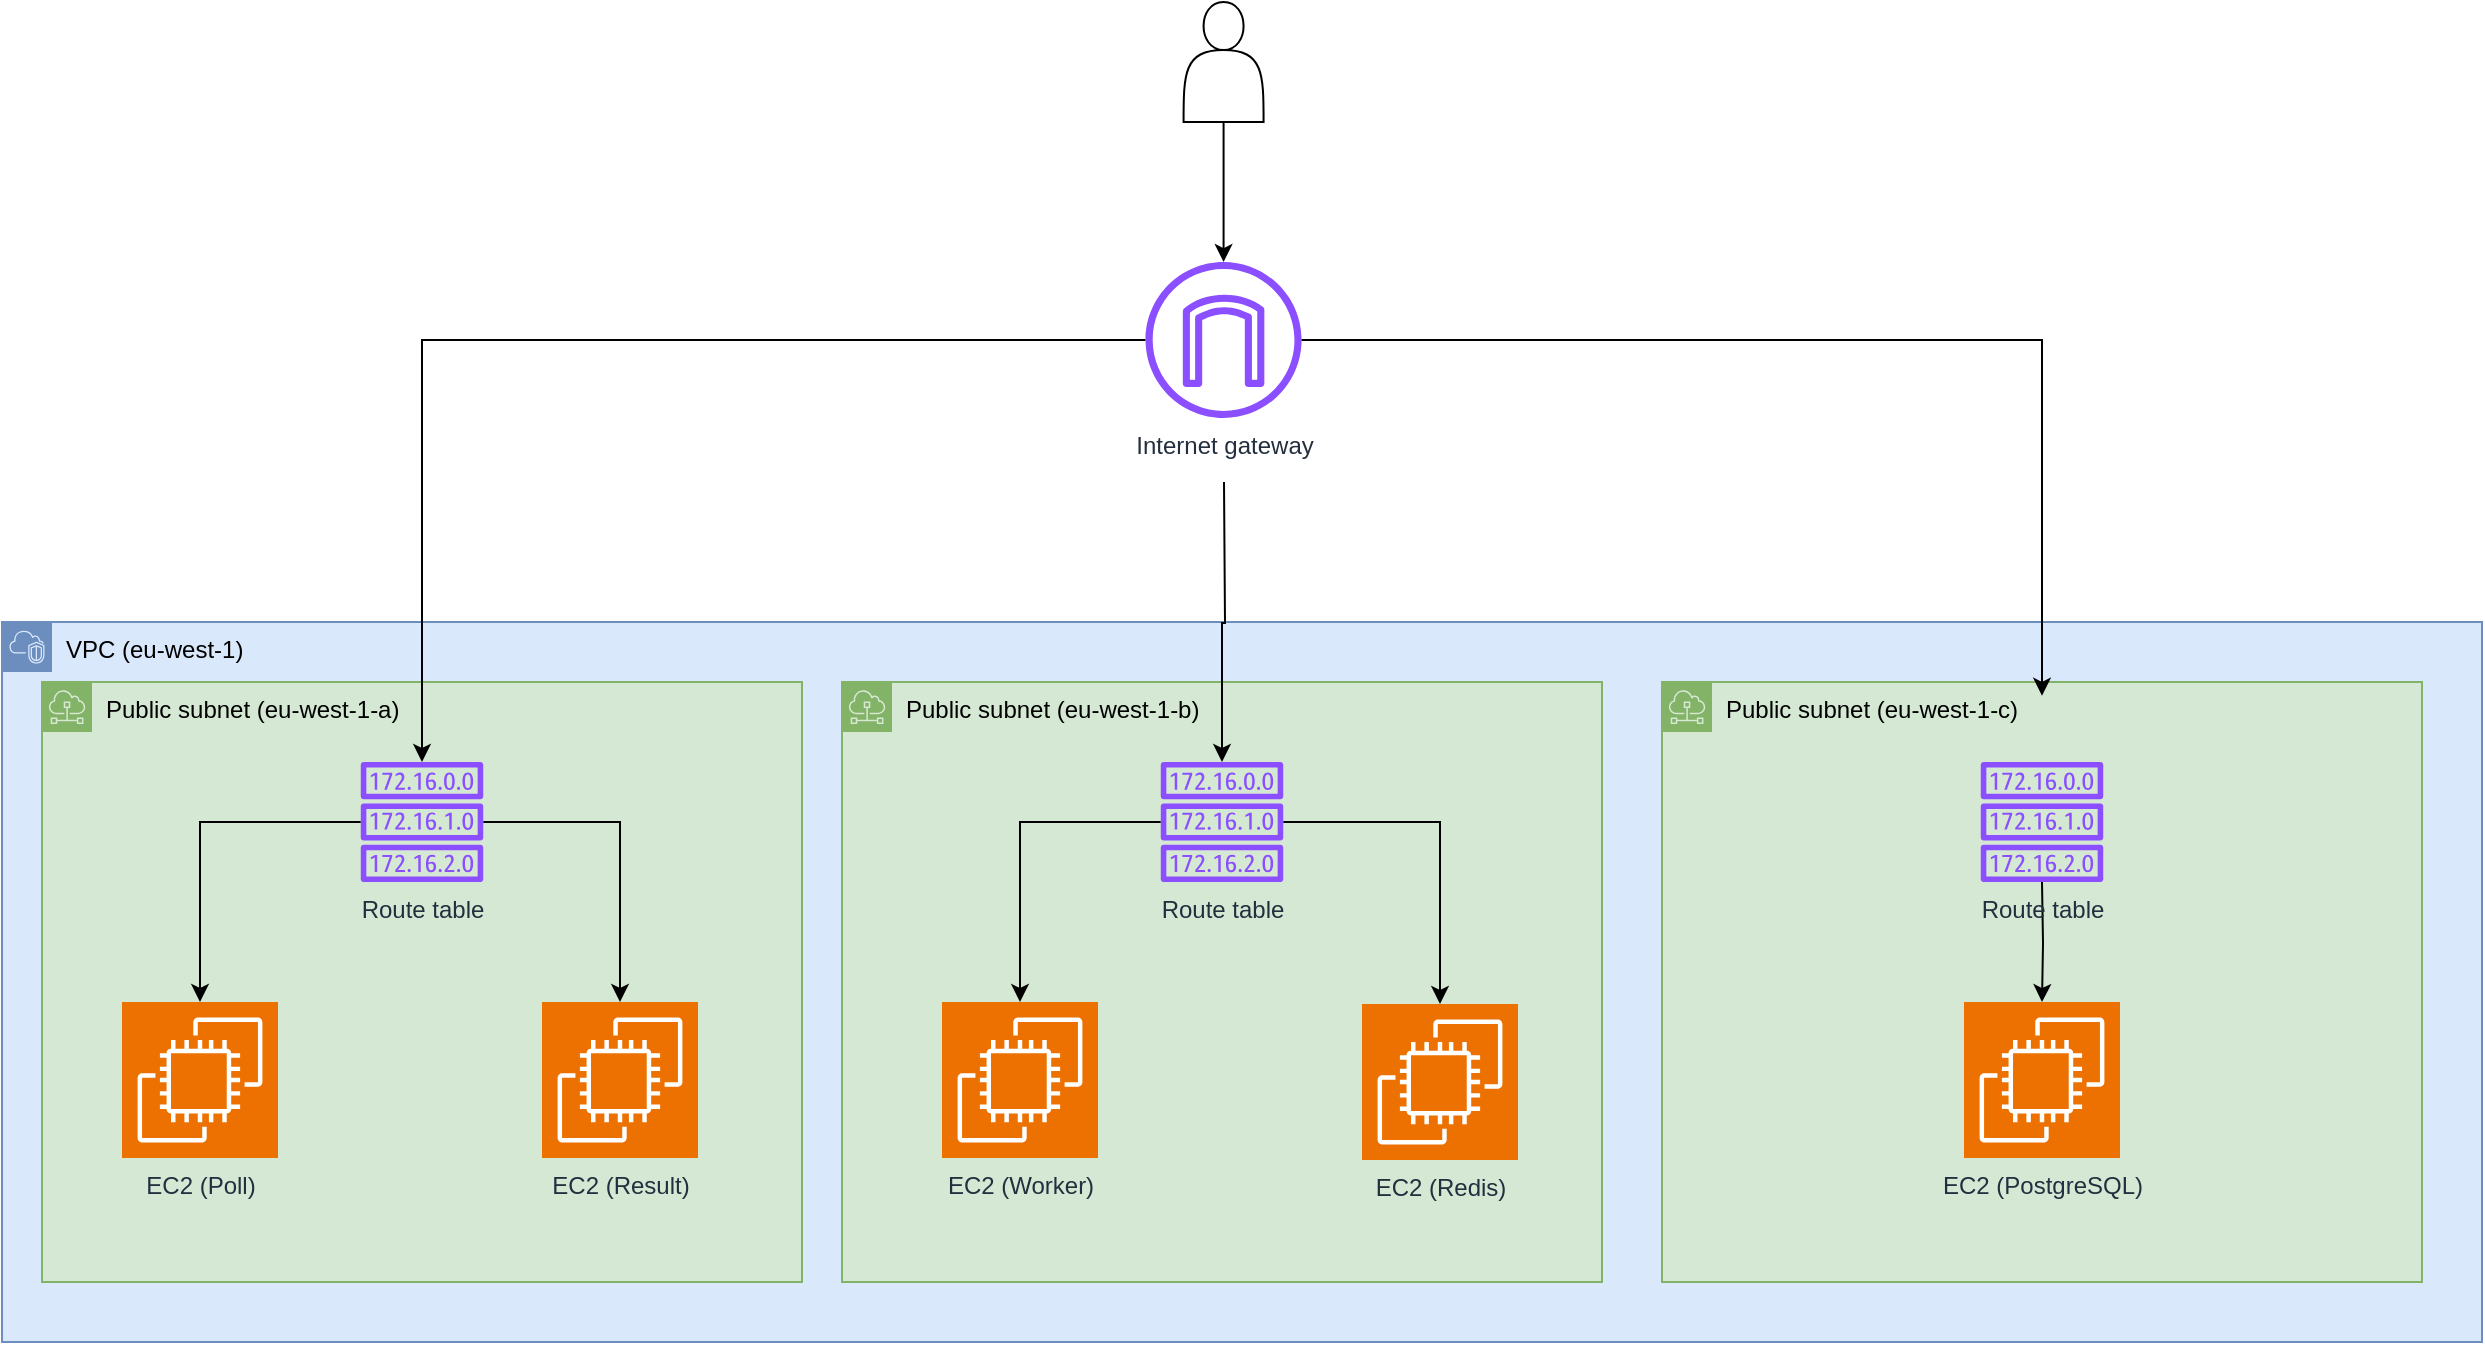
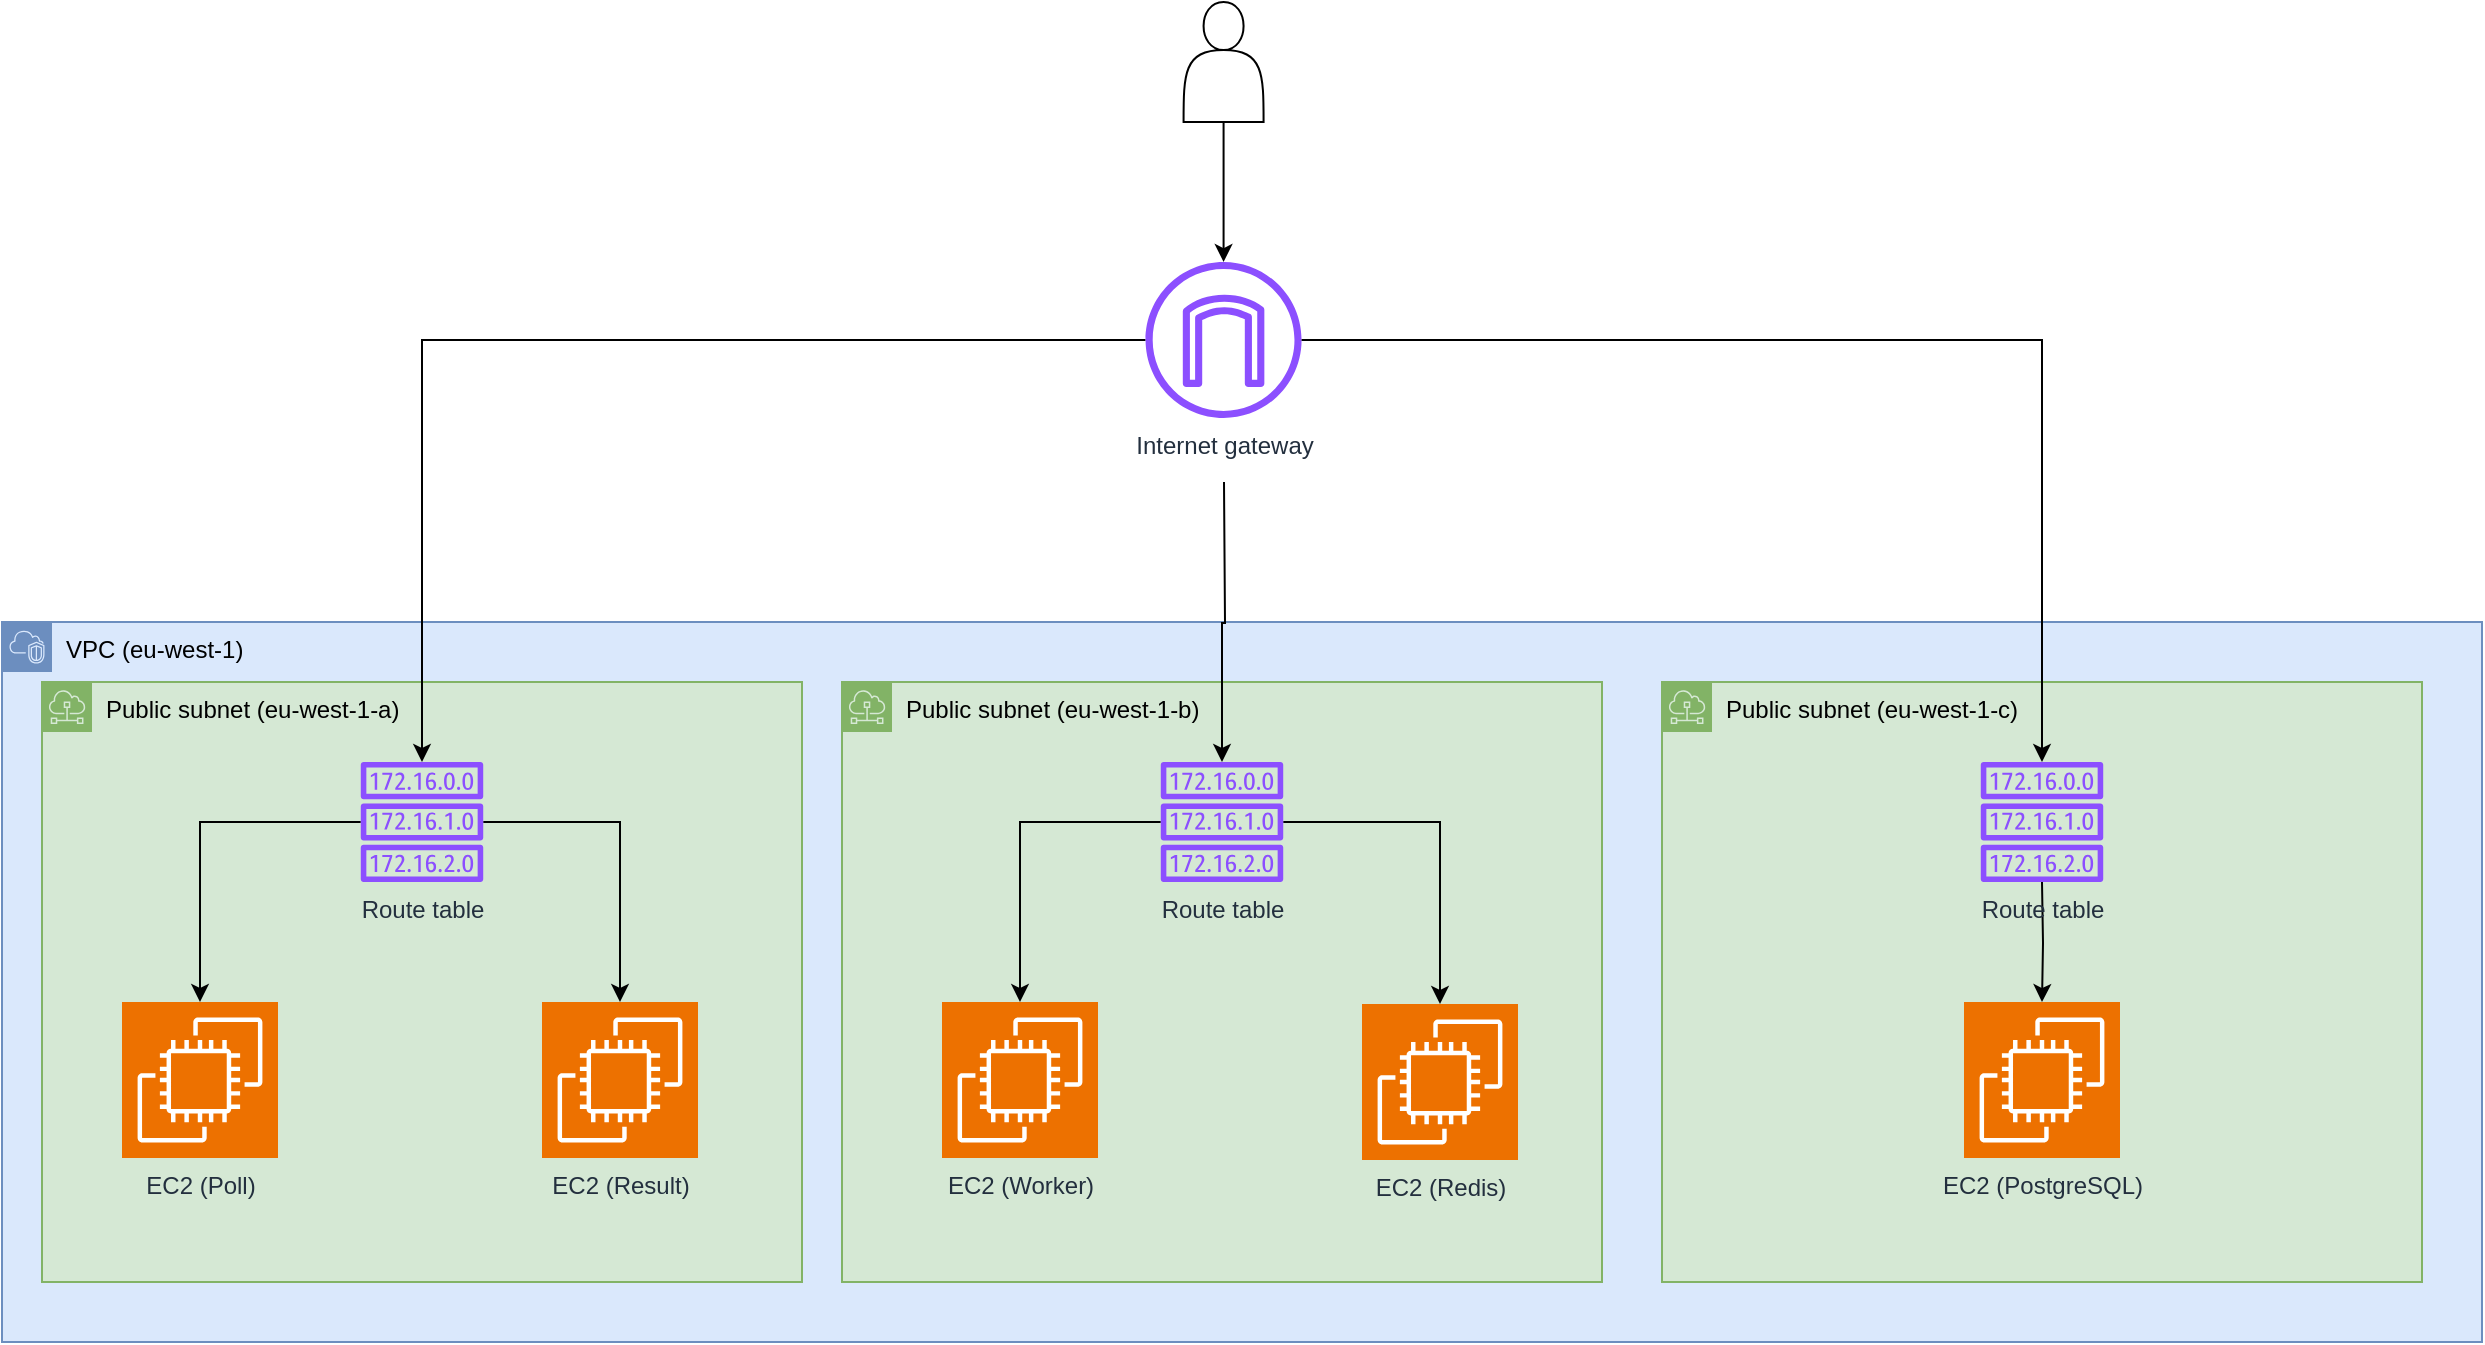
<mxfile host="Electron" agent="Mozilla/5.0 (Macintosh; Intel Mac OS X 10_15_7) AppleWebKit/537.36 (KHTML, like Gecko) draw.io/24.7.17 Chrome/128.0.6613.36 Electron/32.0.1 Safari/537.36" version="24.7.17">
  <diagram id="uaPEtDMqS3Db3zMSUb6X" name="Page-1">
-     <mxGraphModel dx="1938" dy="1209" grid="1" gridSize="10" guides="1" tooltips="1" connect="1" arrows="1" fold="1" page="1" pageScale="1" pageWidth="1900" pageHeight="1300" math="0" shadow="0">
+     <mxGraphModel dx="1314" dy="929" grid="1" gridSize="10" guides="1" tooltips="1" connect="1" arrows="1" fold="1" page="1" pageScale="1" pageWidth="1900" pageHeight="1300" math="0" shadow="0">
      <root>
        <mxCell id="0" />
        <mxCell id="1" parent="0" />
-         <mxCell id="W86YpSfUJKFcUIWwecVj-28" value="VPC (eu-west-1)" style="points=[[0,0],[0.25,0],[0.5,0],[0.75,0],[1,0],[1,0.25],[1,0.5],[1,0.75],[1,1],[0.75,1],[0.5,1],[0.25,1],[0,1],[0,0.75],[0,0.5],[0,0.25]];outlineConnect=0;html=1;whiteSpace=wrap;fontSize=12;fontStyle=0;container=1;pointerEvents=0;collapsible=0;recursiveResize=0;shape=mxgraph.aws4.group;grIcon=mxgraph.aws4.group_vpc2;strokeColor=#6c8ebf;fillColor=#dae8fc;verticalAlign=top;align=left;spacingLeft=30;dashed=0;" vertex="1" parent="1">
+         <mxCell id="W86YpSfUJKFcUIWwecVj-28" value="VPC (eu-west-1)" style="points=[[0,0],[0.25,0],[0.5,0],[0.75,0],[1,0],[1,0.25],[1,0.5],[1,0.75],[1,1],[0.75,1],[0.5,1],[0.25,1],[0,1],[0,0.75],[0,0.5],[0,0.25]];outlineConnect=0;html=1;whiteSpace=wrap;fontSize=12;fontStyle=0;container=1;pointerEvents=0;collapsible=0;recursiveResize=0;shape=mxgraph.aws4.group;grIcon=mxgraph.aws4.group_vpc2;strokeColor=#6c8ebf;fillColor=#dae8fc;verticalAlign=top;align=left;spacingLeft=30;dashed=0;" parent="1" vertex="1">
          <mxGeometry x="560" y="430" width="1240" height="360" as="geometry" />
        </mxCell>
-         <mxCell id="W86YpSfUJKFcUIWwecVj-35" value="Public subnet (eu-west-1-c)" style="sketch=0;outlineConnect=0;html=1;whiteSpace=wrap;fontSize=12;fontStyle=0;shape=mxgraph.aws4.group;grIcon=mxgraph.aws4.group_subnet;strokeColor=#82b366;fillColor=#d5e8d4;verticalAlign=top;align=left;spacingLeft=30;dashed=0;" vertex="1" parent="W86YpSfUJKFcUIWwecVj-28">
+         <mxCell id="W86YpSfUJKFcUIWwecVj-35" value="Public subnet (eu-west-1-c)" style="sketch=0;outlineConnect=0;html=1;whiteSpace=wrap;fontSize=12;fontStyle=0;shape=mxgraph.aws4.group;grIcon=mxgraph.aws4.group_subnet;strokeColor=#82b366;fillColor=#d5e8d4;verticalAlign=top;align=left;spacingLeft=30;dashed=0;" parent="W86YpSfUJKFcUIWwecVj-28" vertex="1">
          <mxGeometry x="830" y="30" width="380" height="300" as="geometry" />
        </mxCell>
-         <mxCell id="W86YpSfUJKFcUIWwecVj-32" value="Public subnet (eu-west-1-a)" style="sketch=0;outlineConnect=0;html=1;whiteSpace=wrap;fontSize=12;fontStyle=0;shape=mxgraph.aws4.group;grIcon=mxgraph.aws4.group_subnet;strokeColor=#82b366;fillColor=#d5e8d4;verticalAlign=top;align=left;spacingLeft=30;dashed=0;" vertex="1" parent="W86YpSfUJKFcUIWwecVj-28">
+         <mxCell id="W86YpSfUJKFcUIWwecVj-32" value="Public subnet (eu-west-1-a)" style="sketch=0;outlineConnect=0;html=1;whiteSpace=wrap;fontSize=12;fontStyle=0;shape=mxgraph.aws4.group;grIcon=mxgraph.aws4.group_subnet;strokeColor=#82b366;fillColor=#d5e8d4;verticalAlign=top;align=left;spacingLeft=30;dashed=0;" parent="W86YpSfUJKFcUIWwecVj-28" vertex="1">
          <mxGeometry x="20" y="30" width="380" height="300" as="geometry" />
        </mxCell>
-         <mxCell id="W86YpSfUJKFcUIWwecVj-45" style="edgeStyle=orthogonalEdgeStyle;rounded=0;orthogonalLoop=1;jettySize=auto;html=1;" edge="1" parent="W86YpSfUJKFcUIWwecVj-28" source="W86YpSfUJKFcUIWwecVj-30" target="W86YpSfUJKFcUIWwecVj-41">
+         <mxCell id="W86YpSfUJKFcUIWwecVj-45" style="edgeStyle=orthogonalEdgeStyle;rounded=0;orthogonalLoop=1;jettySize=auto;html=1;" parent="W86YpSfUJKFcUIWwecVj-28" source="W86YpSfUJKFcUIWwecVj-30" target="W86YpSfUJKFcUIWwecVj-41" edge="1">
          <mxGeometry relative="1" as="geometry" />
        </mxCell>
-         <mxCell id="W86YpSfUJKFcUIWwecVj-46" style="edgeStyle=orthogonalEdgeStyle;rounded=0;orthogonalLoop=1;jettySize=auto;html=1;" edge="1" parent="W86YpSfUJKFcUIWwecVj-28" source="W86YpSfUJKFcUIWwecVj-30" target="W86YpSfUJKFcUIWwecVj-40">
+         <mxCell id="W86YpSfUJKFcUIWwecVj-46" style="edgeStyle=orthogonalEdgeStyle;rounded=0;orthogonalLoop=1;jettySize=auto;html=1;" parent="W86YpSfUJKFcUIWwecVj-28" source="W86YpSfUJKFcUIWwecVj-30" target="W86YpSfUJKFcUIWwecVj-40" edge="1">
          <mxGeometry relative="1" as="geometry" />
        </mxCell>
-         <mxCell id="W86YpSfUJKFcUIWwecVj-30" value="Route table&lt;div&gt;&lt;br&gt;&lt;/div&gt;" style="sketch=0;outlineConnect=0;fontColor=#232F3E;gradientColor=none;fillColor=#8C4FFF;strokeColor=none;dashed=0;verticalLabelPosition=bottom;verticalAlign=top;align=center;html=1;fontSize=12;fontStyle=0;aspect=fixed;pointerEvents=1;shape=mxgraph.aws4.route_table;" vertex="1" parent="W86YpSfUJKFcUIWwecVj-28">
+         <mxCell id="W86YpSfUJKFcUIWwecVj-30" value="Route table&lt;div&gt;&lt;br&gt;&lt;/div&gt;" style="sketch=0;outlineConnect=0;fontColor=#232F3E;gradientColor=none;fillColor=#8C4FFF;strokeColor=none;dashed=0;verticalLabelPosition=bottom;verticalAlign=top;align=center;html=1;fontSize=12;fontStyle=0;aspect=fixed;pointerEvents=1;shape=mxgraph.aws4.route_table;" parent="W86YpSfUJKFcUIWwecVj-28" vertex="1">
          <mxGeometry x="179.21" y="70" width="61.58" height="60" as="geometry" />
        </mxCell>
-         <mxCell id="W86YpSfUJKFcUIWwecVj-33" value="Public subnet (eu-west-1-b)" style="sketch=0;outlineConnect=0;html=1;whiteSpace=wrap;fontSize=12;fontStyle=0;shape=mxgraph.aws4.group;grIcon=mxgraph.aws4.group_subnet;strokeColor=#82b366;fillColor=#d5e8d4;verticalAlign=top;align=left;spacingLeft=30;dashed=0;" vertex="1" parent="W86YpSfUJKFcUIWwecVj-28">
+         <mxCell id="W86YpSfUJKFcUIWwecVj-33" value="Public subnet (eu-west-1-b)" style="sketch=0;outlineConnect=0;html=1;whiteSpace=wrap;fontSize=12;fontStyle=0;shape=mxgraph.aws4.group;grIcon=mxgraph.aws4.group_subnet;strokeColor=#82b366;fillColor=#d5e8d4;verticalAlign=top;align=left;spacingLeft=30;dashed=0;" parent="W86YpSfUJKFcUIWwecVj-28" vertex="1">
          <mxGeometry x="420" y="30" width="380" height="300" as="geometry" />
        </mxCell>
-         <mxCell id="W86YpSfUJKFcUIWwecVj-47" style="edgeStyle=orthogonalEdgeStyle;rounded=0;orthogonalLoop=1;jettySize=auto;html=1;" edge="1" parent="W86YpSfUJKFcUIWwecVj-28" source="W86YpSfUJKFcUIWwecVj-34" target="W86YpSfUJKFcUIWwecVj-42">
+         <mxCell id="W86YpSfUJKFcUIWwecVj-47" style="edgeStyle=orthogonalEdgeStyle;rounded=0;orthogonalLoop=1;jettySize=auto;html=1;" parent="W86YpSfUJKFcUIWwecVj-28" source="W86YpSfUJKFcUIWwecVj-34" target="W86YpSfUJKFcUIWwecVj-42" edge="1">
          <mxGeometry relative="1" as="geometry" />
        </mxCell>
-         <mxCell id="W86YpSfUJKFcUIWwecVj-48" style="edgeStyle=orthogonalEdgeStyle;rounded=0;orthogonalLoop=1;jettySize=auto;html=1;" edge="1" parent="W86YpSfUJKFcUIWwecVj-28" source="W86YpSfUJKFcUIWwecVj-34" target="W86YpSfUJKFcUIWwecVj-43">
+         <mxCell id="W86YpSfUJKFcUIWwecVj-48" style="edgeStyle=orthogonalEdgeStyle;rounded=0;orthogonalLoop=1;jettySize=auto;html=1;" parent="W86YpSfUJKFcUIWwecVj-28" source="W86YpSfUJKFcUIWwecVj-34" target="W86YpSfUJKFcUIWwecVj-43" edge="1">
          <mxGeometry relative="1" as="geometry" />
        </mxCell>
-         <mxCell id="W86YpSfUJKFcUIWwecVj-34" value="Route table&lt;div&gt;&lt;br&gt;&lt;/div&gt;" style="sketch=0;outlineConnect=0;fontColor=#232F3E;gradientColor=none;fillColor=#8C4FFF;strokeColor=none;dashed=0;verticalLabelPosition=bottom;verticalAlign=top;align=center;html=1;fontSize=12;fontStyle=0;aspect=fixed;pointerEvents=1;shape=mxgraph.aws4.route_table;" vertex="1" parent="W86YpSfUJKFcUIWwecVj-28">
+         <mxCell id="W86YpSfUJKFcUIWwecVj-34" value="Route table&lt;div&gt;&lt;br&gt;&lt;/div&gt;" style="sketch=0;outlineConnect=0;fontColor=#232F3E;gradientColor=none;fillColor=#8C4FFF;strokeColor=none;dashed=0;verticalLabelPosition=bottom;verticalAlign=top;align=center;html=1;fontSize=12;fontStyle=0;aspect=fixed;pointerEvents=1;shape=mxgraph.aws4.route_table;" parent="W86YpSfUJKFcUIWwecVj-28" vertex="1">
          <mxGeometry x="579.21" y="70" width="61.58" height="60" as="geometry" />
        </mxCell>
-         <mxCell id="W86YpSfUJKFcUIWwecVj-49" style="edgeStyle=orthogonalEdgeStyle;rounded=0;orthogonalLoop=1;jettySize=auto;html=1;" edge="1" parent="W86YpSfUJKFcUIWwecVj-28" target="W86YpSfUJKFcUIWwecVj-44">
+         <mxCell id="W86YpSfUJKFcUIWwecVj-49" style="edgeStyle=orthogonalEdgeStyle;rounded=0;orthogonalLoop=1;jettySize=auto;html=1;" parent="W86YpSfUJKFcUIWwecVj-28" target="W86YpSfUJKFcUIWwecVj-44" edge="1">
          <mxGeometry relative="1" as="geometry">
            <mxPoint x="1020" y="130" as="sourcePoint" />
          </mxGeometry>
        </mxCell>
-         <mxCell id="W86YpSfUJKFcUIWwecVj-36" value="Route table&lt;div&gt;&lt;br&gt;&lt;/div&gt;" style="sketch=0;outlineConnect=0;fontColor=#232F3E;gradientColor=none;fillColor=#8C4FFF;strokeColor=none;dashed=0;verticalLabelPosition=bottom;verticalAlign=top;align=center;html=1;fontSize=12;fontStyle=0;aspect=fixed;pointerEvents=1;shape=mxgraph.aws4.route_table;" vertex="1" parent="W86YpSfUJKFcUIWwecVj-28">
+         <mxCell id="W86YpSfUJKFcUIWwecVj-36" value="Route table&lt;div&gt;&lt;br&gt;&lt;/div&gt;" style="sketch=0;outlineConnect=0;fontColor=#232F3E;gradientColor=none;fillColor=#8C4FFF;strokeColor=none;dashed=0;verticalLabelPosition=bottom;verticalAlign=top;align=center;html=1;fontSize=12;fontStyle=0;aspect=fixed;pointerEvents=1;shape=mxgraph.aws4.route_table;" parent="W86YpSfUJKFcUIWwecVj-28" vertex="1">
          <mxGeometry x="989.21" y="70" width="61.58" height="60" as="geometry" />
        </mxCell>
-         <mxCell id="W86YpSfUJKFcUIWwecVj-40" value="EC2 (Poll)" style="sketch=0;points=[[0,0,0],[0.25,0,0],[0.5,0,0],[0.75,0,0],[1,0,0],[0,1,0],[0.25,1,0],[0.5,1,0],[0.75,1,0],[1,1,0],[0,0.25,0],[0,0.5,0],[0,0.75,0],[1,0.25,0],[1,0.5,0],[1,0.75,0]];outlineConnect=0;fontColor=#232F3E;fillColor=#ED7100;strokeColor=#ffffff;dashed=0;verticalLabelPosition=bottom;verticalAlign=top;align=center;html=1;fontSize=12;fontStyle=0;aspect=fixed;shape=mxgraph.aws4.resourceIcon;resIcon=mxgraph.aws4.ec2;" vertex="1" parent="W86YpSfUJKFcUIWwecVj-28">
+         <mxCell id="W86YpSfUJKFcUIWwecVj-40" value="EC2 (Poll)" style="sketch=0;points=[[0,0,0],[0.25,0,0],[0.5,0,0],[0.75,0,0],[1,0,0],[0,1,0],[0.25,1,0],[0.5,1,0],[0.75,1,0],[1,1,0],[0,0.25,0],[0,0.5,0],[0,0.75,0],[1,0.25,0],[1,0.5,0],[1,0.75,0]];outlineConnect=0;fontColor=#232F3E;fillColor=#ED7100;strokeColor=#ffffff;dashed=0;verticalLabelPosition=bottom;verticalAlign=top;align=center;html=1;fontSize=12;fontStyle=0;aspect=fixed;shape=mxgraph.aws4.resourceIcon;resIcon=mxgraph.aws4.ec2;" parent="W86YpSfUJKFcUIWwecVj-28" vertex="1">
          <mxGeometry x="60" y="190" width="78" height="78" as="geometry" />
        </mxCell>
-         <mxCell id="W86YpSfUJKFcUIWwecVj-41" value="EC2 (Result)" style="sketch=0;points=[[0,0,0],[0.25,0,0],[0.5,0,0],[0.75,0,0],[1,0,0],[0,1,0],[0.25,1,0],[0.5,1,0],[0.75,1,0],[1,1,0],[0,0.25,0],[0,0.5,0],[0,0.75,0],[1,0.25,0],[1,0.5,0],[1,0.75,0]];outlineConnect=0;fontColor=#232F3E;fillColor=#ED7100;strokeColor=#ffffff;dashed=0;verticalLabelPosition=bottom;verticalAlign=top;align=center;html=1;fontSize=12;fontStyle=0;aspect=fixed;shape=mxgraph.aws4.resourceIcon;resIcon=mxgraph.aws4.ec2;" vertex="1" parent="W86YpSfUJKFcUIWwecVj-28">
+         <mxCell id="W86YpSfUJKFcUIWwecVj-41" value="EC2 (Result)" style="sketch=0;points=[[0,0,0],[0.25,0,0],[0.5,0,0],[0.75,0,0],[1,0,0],[0,1,0],[0.25,1,0],[0.5,1,0],[0.75,1,0],[1,1,0],[0,0.25,0],[0,0.5,0],[0,0.75,0],[1,0.25,0],[1,0.5,0],[1,0.75,0]];outlineConnect=0;fontColor=#232F3E;fillColor=#ED7100;strokeColor=#ffffff;dashed=0;verticalLabelPosition=bottom;verticalAlign=top;align=center;html=1;fontSize=12;fontStyle=0;aspect=fixed;shape=mxgraph.aws4.resourceIcon;resIcon=mxgraph.aws4.ec2;" parent="W86YpSfUJKFcUIWwecVj-28" vertex="1">
          <mxGeometry x="270" y="190" width="78" height="78" as="geometry" />
        </mxCell>
-         <mxCell id="W86YpSfUJKFcUIWwecVj-42" value="EC2 (Worker)" style="sketch=0;points=[[0,0,0],[0.25,0,0],[0.5,0,0],[0.75,0,0],[1,0,0],[0,1,0],[0.25,1,0],[0.5,1,0],[0.75,1,0],[1,1,0],[0,0.25,0],[0,0.5,0],[0,0.75,0],[1,0.25,0],[1,0.5,0],[1,0.75,0]];outlineConnect=0;fontColor=#232F3E;fillColor=#ED7100;strokeColor=#ffffff;dashed=0;verticalLabelPosition=bottom;verticalAlign=top;align=center;html=1;fontSize=12;fontStyle=0;aspect=fixed;shape=mxgraph.aws4.resourceIcon;resIcon=mxgraph.aws4.ec2;" vertex="1" parent="W86YpSfUJKFcUIWwecVj-28">
+         <mxCell id="W86YpSfUJKFcUIWwecVj-42" value="EC2 (Worker)" style="sketch=0;points=[[0,0,0],[0.25,0,0],[0.5,0,0],[0.75,0,0],[1,0,0],[0,1,0],[0.25,1,0],[0.5,1,0],[0.75,1,0],[1,1,0],[0,0.25,0],[0,0.5,0],[0,0.75,0],[1,0.25,0],[1,0.5,0],[1,0.75,0]];outlineConnect=0;fontColor=#232F3E;fillColor=#ED7100;strokeColor=#ffffff;dashed=0;verticalLabelPosition=bottom;verticalAlign=top;align=center;html=1;fontSize=12;fontStyle=0;aspect=fixed;shape=mxgraph.aws4.resourceIcon;resIcon=mxgraph.aws4.ec2;" parent="W86YpSfUJKFcUIWwecVj-28" vertex="1">
          <mxGeometry x="470" y="190" width="78" height="78" as="geometry" />
        </mxCell>
-         <mxCell id="W86YpSfUJKFcUIWwecVj-43" value="EC2 (Redis)" style="sketch=0;points=[[0,0,0],[0.25,0,0],[0.5,0,0],[0.75,0,0],[1,0,0],[0,1,0],[0.25,1,0],[0.5,1,0],[0.75,1,0],[1,1,0],[0,0.25,0],[0,0.5,0],[0,0.75,0],[1,0.25,0],[1,0.5,0],[1,0.75,0]];outlineConnect=0;fontColor=#232F3E;fillColor=#ED7100;strokeColor=#ffffff;dashed=0;verticalLabelPosition=bottom;verticalAlign=top;align=center;html=1;fontSize=12;fontStyle=0;aspect=fixed;shape=mxgraph.aws4.resourceIcon;resIcon=mxgraph.aws4.ec2;" vertex="1" parent="W86YpSfUJKFcUIWwecVj-28">
+         <mxCell id="W86YpSfUJKFcUIWwecVj-43" value="EC2 (Redis)" style="sketch=0;points=[[0,0,0],[0.25,0,0],[0.5,0,0],[0.75,0,0],[1,0,0],[0,1,0],[0.25,1,0],[0.5,1,0],[0.75,1,0],[1,1,0],[0,0.25,0],[0,0.5,0],[0,0.75,0],[1,0.25,0],[1,0.5,0],[1,0.75,0]];outlineConnect=0;fontColor=#232F3E;fillColor=#ED7100;strokeColor=#ffffff;dashed=0;verticalLabelPosition=bottom;verticalAlign=top;align=center;html=1;fontSize=12;fontStyle=0;aspect=fixed;shape=mxgraph.aws4.resourceIcon;resIcon=mxgraph.aws4.ec2;" parent="W86YpSfUJKFcUIWwecVj-28" vertex="1">
          <mxGeometry x="680" y="191" width="78" height="78" as="geometry" />
        </mxCell>
-         <mxCell id="W86YpSfUJKFcUIWwecVj-44" value="EC2 (PostgreSQL)" style="sketch=0;points=[[0,0,0],[0.25,0,0],[0.5,0,0],[0.75,0,0],[1,0,0],[0,1,0],[0.25,1,0],[0.5,1,0],[0.75,1,0],[1,1,0],[0,0.25,0],[0,0.5,0],[0,0.75,0],[1,0.25,0],[1,0.5,0],[1,0.75,0]];outlineConnect=0;fontColor=#232F3E;fillColor=#ED7100;strokeColor=#ffffff;dashed=0;verticalLabelPosition=bottom;verticalAlign=top;align=center;html=1;fontSize=12;fontStyle=0;aspect=fixed;shape=mxgraph.aws4.resourceIcon;resIcon=mxgraph.aws4.ec2;" vertex="1" parent="W86YpSfUJKFcUIWwecVj-28">
+         <mxCell id="W86YpSfUJKFcUIWwecVj-44" value="EC2 (PostgreSQL)" style="sketch=0;points=[[0,0,0],[0.25,0,0],[0.5,0,0],[0.75,0,0],[1,0,0],[0,1,0],[0.25,1,0],[0.5,1,0],[0.75,1,0],[1,1,0],[0,0.25,0],[0,0.5,0],[0,0.75,0],[1,0.25,0],[1,0.5,0],[1,0.75,0]];outlineConnect=0;fontColor=#232F3E;fillColor=#ED7100;strokeColor=#ffffff;dashed=0;verticalLabelPosition=bottom;verticalAlign=top;align=center;html=1;fontSize=12;fontStyle=0;aspect=fixed;shape=mxgraph.aws4.resourceIcon;resIcon=mxgraph.aws4.ec2;" parent="W86YpSfUJKFcUIWwecVj-28" vertex="1">
          <mxGeometry x="981" y="190" width="78" height="78" as="geometry" />
        </mxCell>
-         <mxCell id="W86YpSfUJKFcUIWwecVj-37" style="edgeStyle=orthogonalEdgeStyle;rounded=0;orthogonalLoop=1;jettySize=auto;html=1;" edge="1" parent="1" source="W86YpSfUJKFcUIWwecVj-31" target="W86YpSfUJKFcUIWwecVj-30">
+         <mxCell id="W86YpSfUJKFcUIWwecVj-37" style="edgeStyle=orthogonalEdgeStyle;rounded=0;orthogonalLoop=1;jettySize=auto;html=1;" parent="1" source="W86YpSfUJKFcUIWwecVj-31" target="W86YpSfUJKFcUIWwecVj-30" edge="1">
          <mxGeometry relative="1" as="geometry" />
        </mxCell>
-         <mxCell id="W86YpSfUJKFcUIWwecVj-38" style="edgeStyle=orthogonalEdgeStyle;rounded=0;orthogonalLoop=1;jettySize=auto;html=1;" edge="1" parent="1" target="W86YpSfUJKFcUIWwecVj-34">
+         <mxCell id="W86YpSfUJKFcUIWwecVj-38" style="edgeStyle=orthogonalEdgeStyle;rounded=0;orthogonalLoop=1;jettySize=auto;html=1;" parent="1" target="W86YpSfUJKFcUIWwecVj-34" edge="1">
          <mxGeometry relative="1" as="geometry">
            <mxPoint x="1171" y="360" as="sourcePoint" />
          </mxGeometry>
        </mxCell>
-         <mxCell id="W86YpSfUJKFcUIWwecVj-31" value="Internet gateway" style="sketch=0;outlineConnect=0;fontColor=#232F3E;gradientColor=none;fillColor=#8C4FFF;strokeColor=none;dashed=0;verticalLabelPosition=bottom;verticalAlign=top;align=center;html=1;fontSize=12;fontStyle=0;aspect=fixed;pointerEvents=1;shape=mxgraph.aws4.internet_gateway;" vertex="1" parent="1">
+         <mxCell id="W86YpSfUJKFcUIWwecVj-31" value="Internet gateway" style="sketch=0;outlineConnect=0;fontColor=#232F3E;gradientColor=none;fillColor=#8C4FFF;strokeColor=none;dashed=0;verticalLabelPosition=bottom;verticalAlign=top;align=center;html=1;fontSize=12;fontStyle=0;aspect=fixed;pointerEvents=1;shape=mxgraph.aws4.internet_gateway;" parent="1" vertex="1">
          <mxGeometry x="1131.79" y="250" width="78" height="78" as="geometry" />
        </mxCell>
-         <mxCell id="W86YpSfUJKFcUIWwecVj-39" style="edgeStyle=orthogonalEdgeStyle;rounded=0;orthogonalLoop=1;jettySize=auto;html=1;entryX=0.5;entryY=0.023;entryDx=0;entryDy=0;entryPerimeter=0;" edge="1" parent="1" source="W86YpSfUJKFcUIWwecVj-31" target="W86YpSfUJKFcUIWwecVj-35">
+         <mxCell id="W86YpSfUJKFcUIWwecVj-39" style="edgeStyle=orthogonalEdgeStyle;rounded=0;orthogonalLoop=1;jettySize=auto;html=1;" parent="1" source="W86YpSfUJKFcUIWwecVj-31" target="W86YpSfUJKFcUIWwecVj-36" edge="1">
          <mxGeometry relative="1" as="geometry" />
        </mxCell>
-         <mxCell id="W86YpSfUJKFcUIWwecVj-52" style="edgeStyle=orthogonalEdgeStyle;rounded=0;orthogonalLoop=1;jettySize=auto;html=1;" edge="1" parent="1" source="W86YpSfUJKFcUIWwecVj-51" target="W86YpSfUJKFcUIWwecVj-31">
+         <mxCell id="W86YpSfUJKFcUIWwecVj-52" style="edgeStyle=orthogonalEdgeStyle;rounded=0;orthogonalLoop=1;jettySize=auto;html=1;" parent="1" source="W86YpSfUJKFcUIWwecVj-51" target="W86YpSfUJKFcUIWwecVj-31" edge="1">
          <mxGeometry relative="1" as="geometry" />
        </mxCell>
-         <mxCell id="W86YpSfUJKFcUIWwecVj-51" value="" style="shape=actor;whiteSpace=wrap;html=1;" vertex="1" parent="1">
+         <mxCell id="W86YpSfUJKFcUIWwecVj-51" value="" style="shape=actor;whiteSpace=wrap;html=1;" parent="1" vertex="1">
          <mxGeometry x="1150.79" y="120" width="40" height="60" as="geometry" />
        </mxCell>
      </root>
    </mxGraphModel>
  </diagram>
</mxfile>
